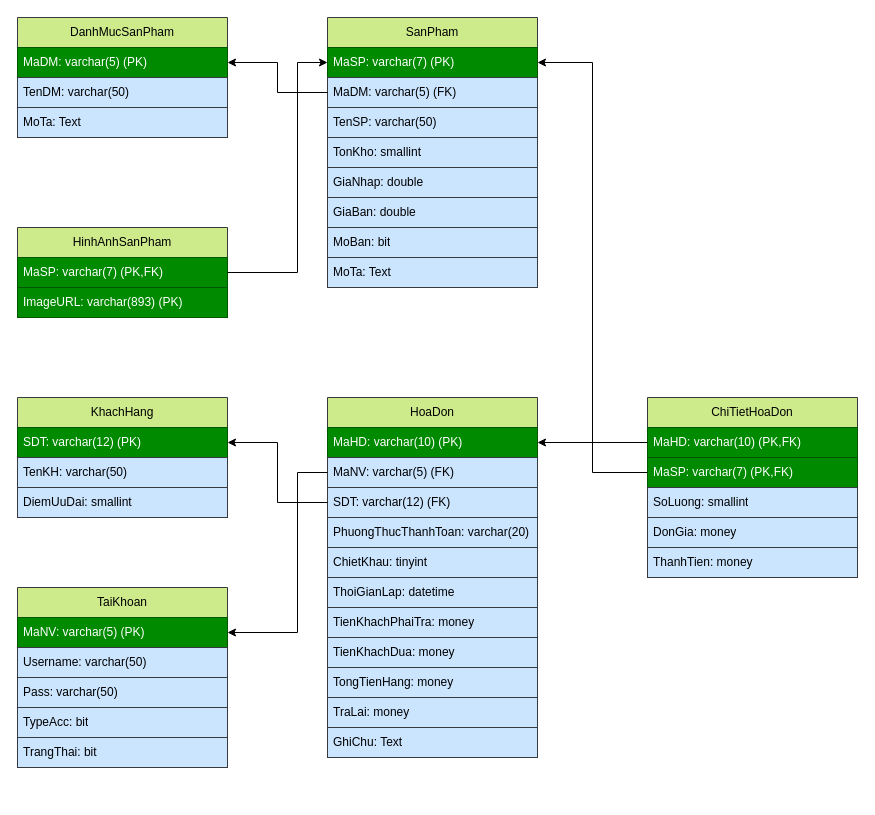
Before: doc/MRD.drawio in TDeV-VN/QLCuaHangDungCuTheThaoWinform, a draw.io diagram. Source tidied: cells renumbered, new cells numbered last; positions are measured from the earlier drawing's top-left corner, leaving out a move shared by most shapes. Both pictures are drawn from the tidied source at 100%, with x=0, y=0 at pixel (17, 17).
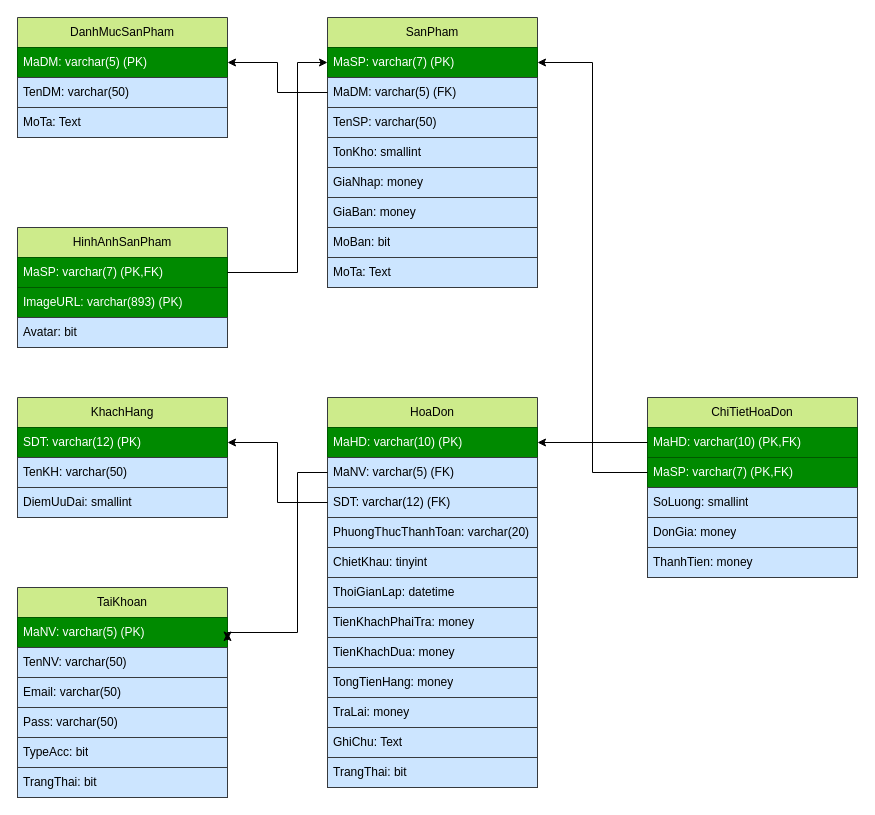
Above is the later version.

Unchanged cells that the change refers to:
```xml
<mxCell id="25" value="SanPham" style="swimlane;fontStyle=0;horizontal=1;startSize=30;whiteSpace=wrap;html=1;fillColor=#cdeb8b;strokeColor=#36393d;" parent="1" vertex="1">
  <mxGeometry x="310" width="210" height="270" as="geometry" />
</mxCell>
```

The edit, as a diff of the source:
```diff
@@
     <mxCell id="2" value="HoaDon" style="swimlane;fontStyle=0;horizontal=1;startSize=30;whiteSpace=wrap;html=1;fillColor=#cdeb8b;strokeColor=#36393d;" parent="1" vertex="1">
-      <mxGeometry x="310" y="380" width="210" height="360" as="geometry" />
+      <mxGeometry x="310" y="380" width="210" height="390" as="geometry" />
     </mxCell>
@@
+    <mxCell id="53" value="TrangThai: bit" style="text;strokeColor=#36393d;fillColor=#cce5ff;align=left;verticalAlign=middle;spacingLeft=4;spacingRight=4;overflow=hidden;whiteSpace=wrap;html=1;" parent="2" vertex="1">
+      <mxGeometry y="360" width="210" height="30" as="geometry" />
+    </mxCell>
@@
-    <mxCell id="30" value="GiaNhap: double" style="text;strokeColor=#36393d;fillColor=#cce5ff;align=left;verticalAlign=middle;spacingLeft=4;spacingRight=4;overflow=hidden;whiteSpace=wrap;html=1;" parent="25" vertex="1">
+    <mxCell id="30" value="GiaNhap: money" style="text;strokeColor=#36393d;fillColor=#cce5ff;align=left;verticalAlign=middle;spacingLeft=4;spacingRight=4;overflow=hidden;whiteSpace=wrap;html=1;" parent="25" vertex="1">
       <mxGeometry y="150" width="210" height="30" as="geometry" />
     </mxCell>
-    <mxCell id="31" value="GiaBan: double" style="text;strokeColor=#36393d;fillColor=#cce5ff;align=left;verticalAlign=middle;spacingLeft=4;spacingRight=4;overflow=hidden;whiteSpace=wrap;html=1;" parent="25" vertex="1">
+    <mxCell id="31" value="GiaBan: money" style="text;strokeColor=#36393d;fillColor=#cce5ff;align=left;verticalAlign=middle;spacingLeft=4;spacingRight=4;overflow=hidden;whiteSpace=wrap;html=1;" parent="25" vertex="1">
       <mxGeometry y="180" width="210" height="30" as="geometry" />
     </mxCell>
@@
     <mxCell id="35" value="TaiKhoan" style="swimlane;fontStyle=0;horizontal=1;startSize=30;whiteSpace=wrap;html=1;fillColor=#cdeb8b;strokeColor=#36393d;" parent="1" vertex="1">
-      <mxGeometry y="570" width="210" height="180" as="geometry" />
+      <mxGeometry y="570" width="210" height="210" as="geometry" />
     </mxCell>
@@
+    <mxCell id="54" value="TenNV: varchar(50)" style="text;strokeColor=#36393d;fillColor=#cce5ff;align=left;verticalAlign=middle;spacingLeft=4;spacingRight=4;overflow=hidden;whiteSpace=wrap;html=1;" parent="35" vertex="1">
+      <mxGeometry y="60" width="210" height="30" as="geometry" />
+    </mxCell>
-    <mxCell id="37" value="Username: varchar(50)" style="text;strokeColor=#36393d;fillColor=#cce5ff;align=left;verticalAlign=middle;spacingLeft=4;spacingRight=4;overflow=hidden;whiteSpace=wrap;html=1;" parent="35" vertex="1">
-      <mxGeometry y="60" width="210" height="30" as="geometry" />
+    <mxCell id="37" value="Email: varchar(50)" style="text;strokeColor=#36393d;fillColor=#cce5ff;align=left;verticalAlign=middle;spacingLeft=4;spacingRight=4;overflow=hidden;whiteSpace=wrap;html=1;" parent="35" vertex="1">
+      <mxGeometry y="90" width="210" height="30" as="geometry" />
     </mxCell>
     <mxCell id="38" value="Pass: varchar(50)" style="text;strokeColor=#36393d;fillColor=#cce5ff;align=left;verticalAlign=middle;spacingLeft=4;spacingRight=4;overflow=hidden;whiteSpace=wrap;html=1;" parent="35" vertex="1">
-      <mxGeometry y="90" width="210" height="30" as="geometry" />
+      <mxGeometry y="120" width="210" height="30" as="geometry" />
     </mxCell>
     <mxCell id="39" value="TypeAcc: bit" style="text;strokeColor=#36393d;fillColor=#cce5ff;align=left;verticalAlign=middle;spacingLeft=4;spacingRight=4;overflow=hidden;whiteSpace=wrap;html=1;" parent="35" vertex="1">
-      <mxGeometry y="120" width="210" height="30" as="geometry" />
+      <mxGeometry y="150" width="210" height="30" as="geometry" />
     </mxCell>
     <mxCell id="40" value="TrangThai: bit" style="text;strokeColor=#36393d;fillColor=#cce5ff;align=left;verticalAlign=middle;spacingLeft=4;spacingRight=4;overflow=hidden;whiteSpace=wrap;html=1;" parent="35" vertex="1">
-      <mxGeometry y="150" width="210" height="30" as="geometry" />
+      <mxGeometry y="180" width="210" height="30" as="geometry" />
     </mxCell>
@@
     <mxCell id="49" value="HinhAnhSanPham" style="swimlane;fontStyle=0;horizontal=1;startSize=30;whiteSpace=wrap;html=1;fillColor=#cdeb8b;strokeColor=#36393d;" parent="1" vertex="1">
-      <mxGeometry y="210" width="210" height="90" as="geometry" />
+      <mxGeometry y="210" width="210" height="120" as="geometry" />
     </mxCell>
@@
+    <mxCell id="55" value="Avatar: bit" style="text;strokeColor=#36393d;fillColor=#cce5ff;align=left;verticalAlign=middle;spacingLeft=4;spacingRight=4;overflow=hidden;whiteSpace=wrap;html=1;" parent="49" vertex="1">
+      <mxGeometry y="90" width="210" height="30" as="geometry" />
+    </mxCell>
```
